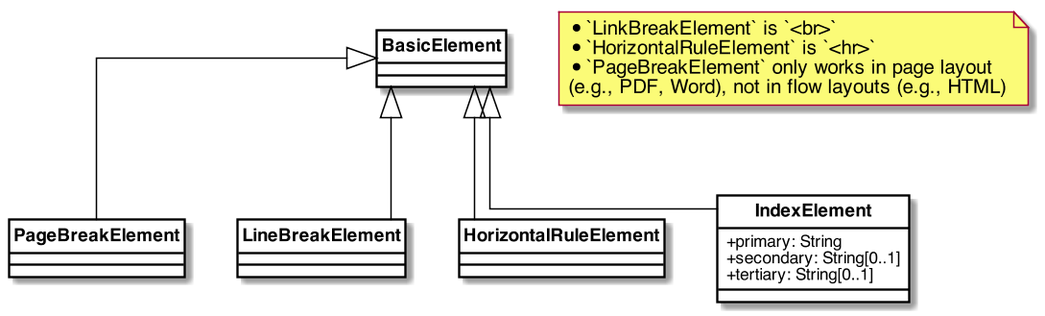
metanorma/basicdoc-models keeps this PlantUML diagram as images/EmptyElements.png. Above is the earlier version.
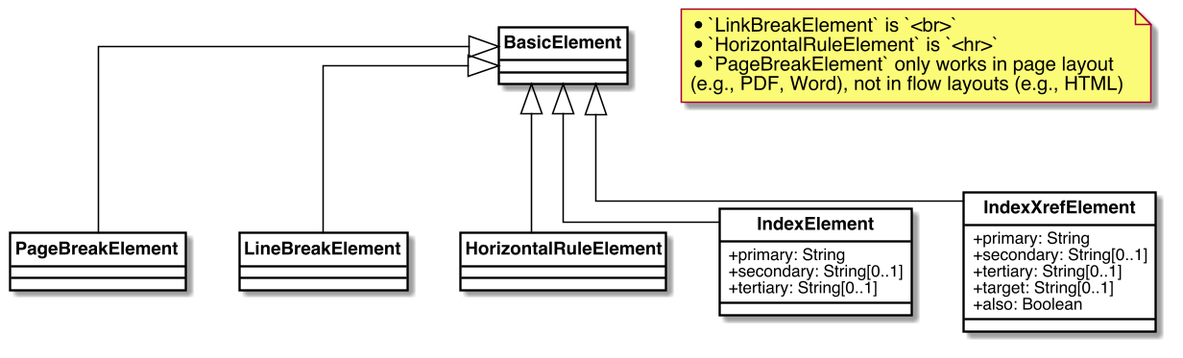
Later version of the same file.

Commit message:
IndexXref: https://github.com/metanorma/metanorma-bipm/issues/67

The edit, as a diff of the source:
```diff
@@ -1,44 +1,6 @@
 @startuml EmptyElements
 
-
-skinparam Dpi 150
-skinparam Monochrome false
-skinparam LineType ortho
-hide circle
-skinparam Default {
-  TextAlignment center
-  FontName Helvetica
-}
-skinparam Class {
-  AttributeIconSize 0
-  BackgroundColor White
-  ArrowColor Black
-  BorderColor Black
-  FontStyle bold
-  StereotypeFontSize 10
-}
-skinparam Rectangle {
-  BackgroundColor White
-  ArrowColor Black
-  BorderColor Black
-  FontStyle bold
-  FontSize 11
-  StereotypeFontSize 10
-}
-skinparam Object {
-  BackgroundColor White
-  ArrowColor Black
-  BorderColor Black
-  FontStyle bold
-  FontSize 11
-  StereotypeFontSize 10
-}
-
-skinparam Entity {
-  StereotypeFontSize 10
-}
-
-
+!include style.uml.inc
 
 class BasicElement{
 }
@@ -61,6 +23,14 @@
     +tertiary: String[0..1]
 }
 
+class IndexXrefElement {
+    +primary: String
+    +secondary: String[0..1]
+    +tertiary: String[0..1]
+    +target: String[0..1]
+    +also: Boolean
+}
+
 note "* `LinkBreakElement` is `<br>`\n* `HorizontalRuleElement` is `<hr>`\n* `PageBreakElement` only works in page layout\n(e.g., PDF, Word), not in flow layouts (e.g., HTML)" as N1
 
 
@@ -68,5 +38,6 @@
 BasicElement <|-down- LineBreakElement
 BasicElement <|-down- HorizontalRuleElement
 BasicElement <|-down- IndexElement
+BasicElement <|-down- IndexXrefElement
 
 @enduml
```
